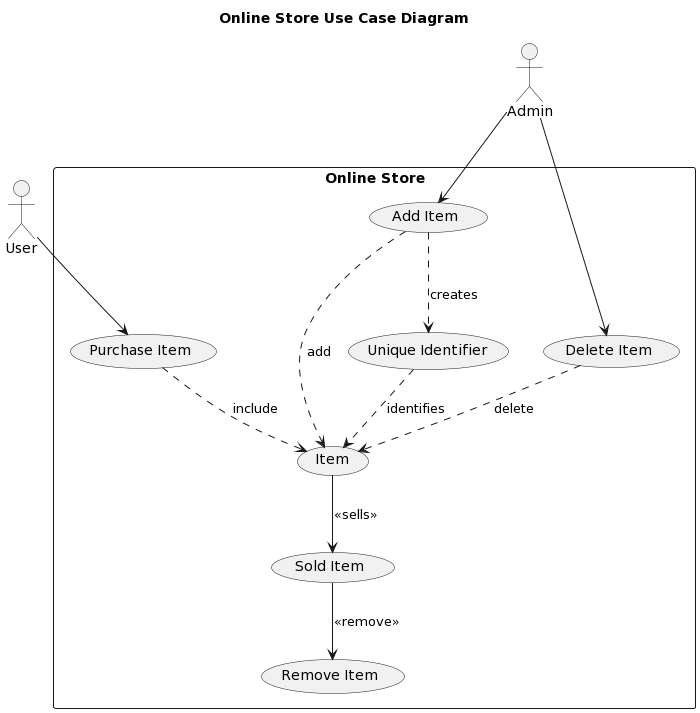
Above: UML_Diagrams/use_case_diagram.png in dongyiu/Online_Store (PlantUML), before the change.
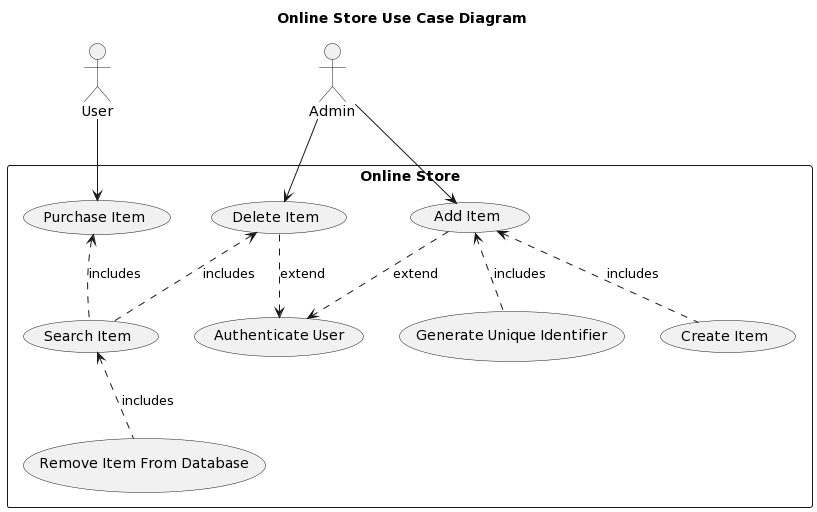
After the commit.

What changed in the source:
```diff
@@ -10,13 +10,15 @@
     Admin --> (Delete Item)
     Admin --> (Add Item)
 
-    (Purchase Item) ..> (Item) : include
-    (Delete Item) ..> (Item) : delete
-    (Add Item) ..> (Item) : add
-    (Add Item) ..> (Unique Identifier) : creates
-    (Item) --> (Sold Item) : <<sells>>
-    (Sold Item) --> (Remove Item) : <<remove>>
+    (Add Item) ..> (Authenticate User) : extend
+    (Add Item) <.. (Generate Unique Identifier) : includes
+    (Add Item) <.. (Create Item) : includes
 
-    (Unique Identifier) ..> (Item) : identifies
+    (Delete Item) ..> (Authenticate User) : extend
+    (Delete Item) <.. (Search Item) : includes
+    (Search Item) <.. (Remove Item From Database) : includes
+
+    (Purchase Item) <.. (Search Item) : includes
+
 }
 @enduml
```
